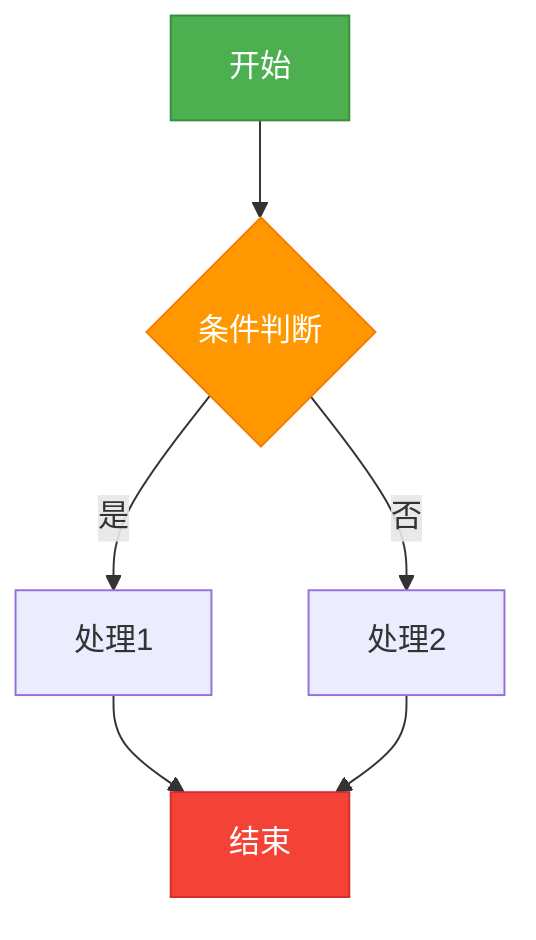
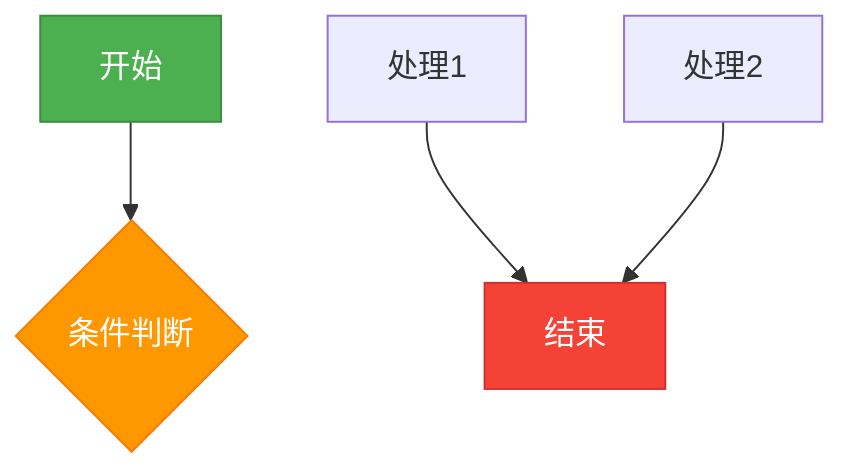
- graph TB
-     A[开始] --> B{条件判断}
-     B -->|是| C[处理1]
-     B -->|否| D[处理2]
-     C --> E[结束]
-     D --> E
+ flowchart TB
+     A[开始]
+     B{条件判断}
+     C[处理1]
+     D[处理2]
+     E[结束]
+     A--> B
+     C--> E
+     D--> E
    style A fill:#4CAF50,stroke:#388E3C,color:white
    style B fill:#FF9800,stroke:#F57C00,color:white
-     style E fill:#f44336,stroke:#d32f2f,color:white
+     style E fill:#f44336,stroke:#d32f2f,color:white